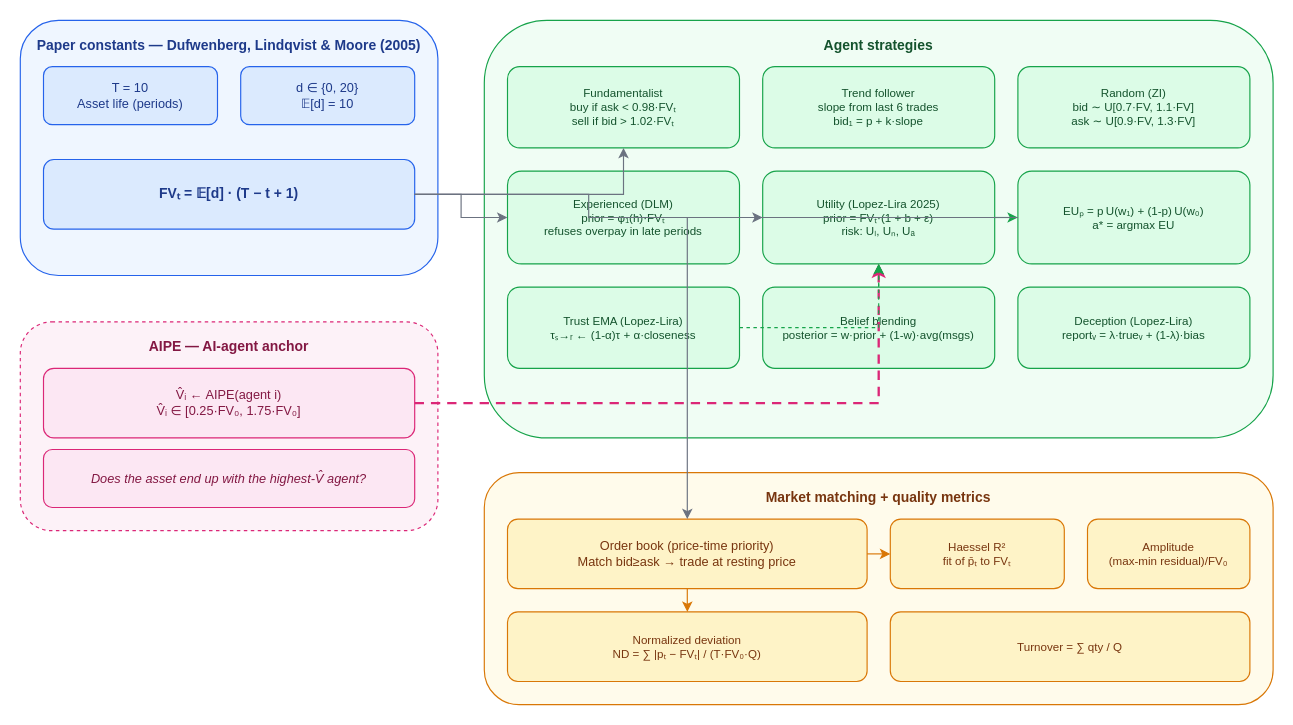
Mon-ius/bubble keeps this draw.io diagram as architecture.drawio. Above is the earlier version. Source tidied: cells renumbered, new cells numbered last; positions are measured from the earlier drawing's top-left corner, leaving out a move shared by most shapes. Both pictures are drawn from the tidied source at 116%, with x=0, y=0 at pixel (20, 20).
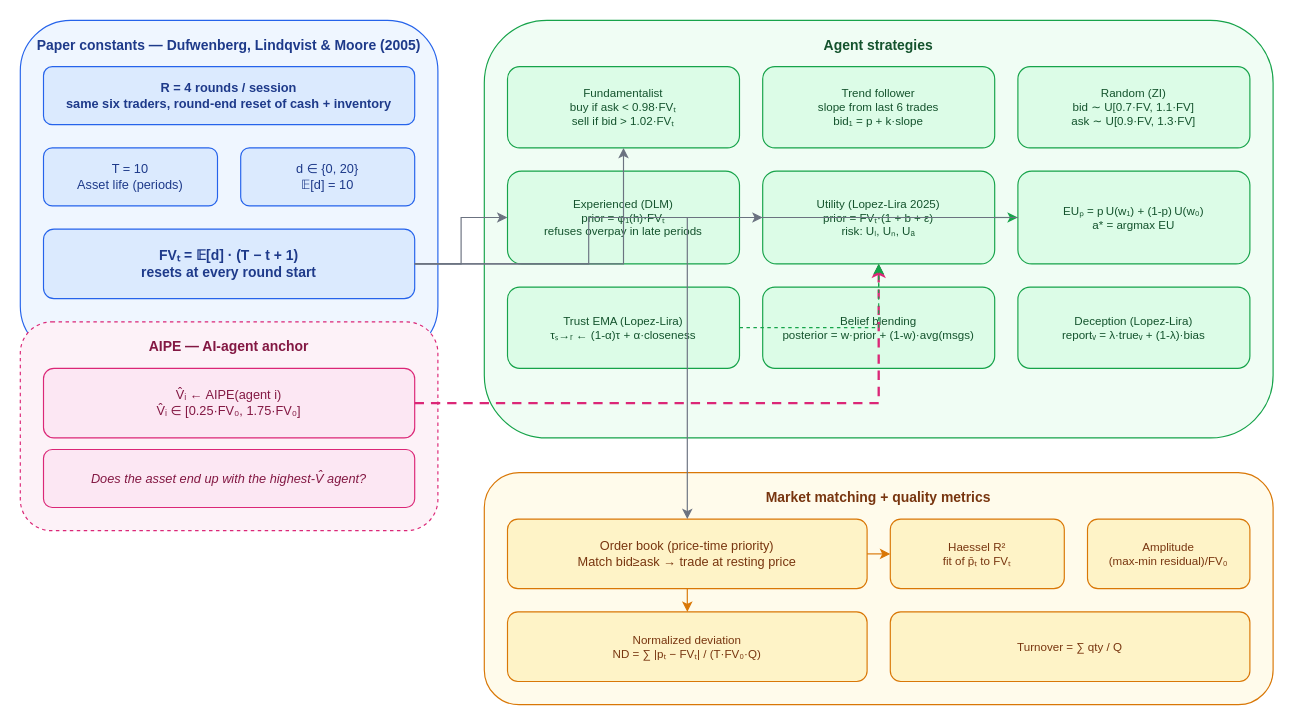
The same page after the edit.

Commit message (it also covers changes not shown here):
Wrap the simulator in a 4-round DLM 2005 session

The edit, as a diff of the source:
```diff
@@
     <mxCell id="2" value="Paper constants — Dufwenberg, Lindqvist &amp; Moore (2005)" style="rounded=1;whiteSpace=wrap;html=1;fillColor=#eff6ff;strokeColor=#2563eb;fontColor=#1e3a8a;fontStyle=1;fontSize=12;verticalAlign=top;spacingTop=8;" parent="1" vertex="1">
-      <mxGeometry width="360" height="220" as="geometry" />
+      <mxGeometry width="360" height="290" as="geometry" />
     </mxCell>
+    <mxCell id="35" value="R = 4 rounds / session&#10;same six traders, round-end reset of cash + inventory" style="rounded=1;whiteSpace=wrap;html=1;fillColor=#dbeafe;strokeColor=#2563eb;fontColor=#1e3a8a;fontStyle=1;fontSize=11;" parent="1" vertex="1">
+      <mxGeometry x="20" y="40" width="320" height="50" as="geometry" />
+    </mxCell>
     <mxCell id="3" value="T = 10&#10;Asset life (periods)" style="rounded=1;whiteSpace=wrap;html=1;fillColor=#dbeafe;strokeColor=#2563eb;fontColor=#1e3a8a;fontSize=11;" parent="1" vertex="1">
-      <mxGeometry x="20" y="40" width="150" height="50" as="geometry" />
+      <mxGeometry x="20" y="110" width="150" height="50" as="geometry" />
     </mxCell>
     <mxCell id="4" value="d ∈ {0, 20}&#10;𝔼[d] = 10" style="rounded=1;whiteSpace=wrap;html=1;fillColor=#dbeafe;strokeColor=#2563eb;fontColor=#1e3a8a;fontSize=11;" parent="1" vertex="1">
-      <mxGeometry x="190" y="40" width="150" height="50" as="geometry" />
+      <mxGeometry x="190" y="110" width="150" height="50" as="geometry" />
     </mxCell>
-    <mxCell id="5" value="FVₜ = 𝔼[d] · (T − t + 1)" style="rounded=1;whiteSpace=wrap;html=1;fillColor=#dbeafe;strokeColor=#2563eb;fontColor=#1e3a8a;fontStyle=1;fontSize=12;" parent="1" vertex="1">
-      <mxGeometry x="20" y="120" width="320" height="60" as="geometry" />
+    <mxCell id="5" value="FVₜ = 𝔼[d] · (T − t + 1)&#10;resets at every round start" style="rounded=1;whiteSpace=wrap;html=1;fillColor=#dbeafe;strokeColor=#2563eb;fontColor=#1e3a8a;fontStyle=1;fontSize=12;" parent="1" vertex="1">
+      <mxGeometry x="20" y="180" width="320" height="60" as="geometry" />
     </mxCell>
```
